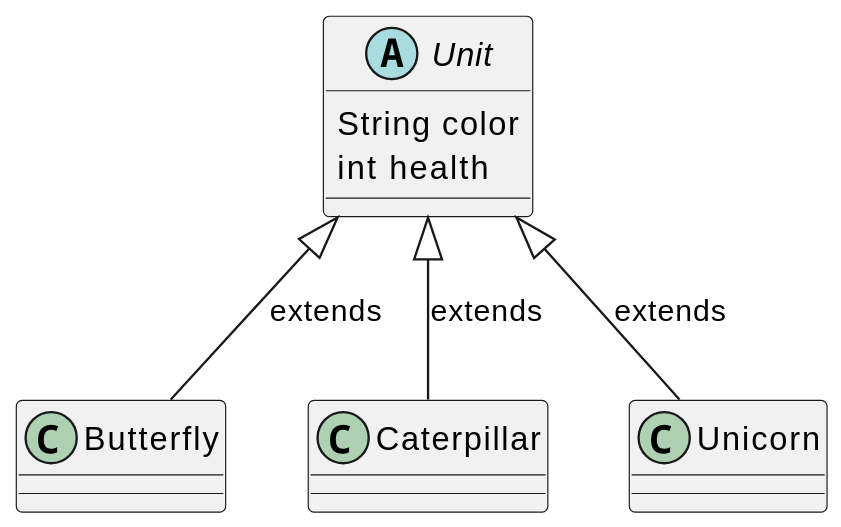
The PlantUML diagram img/diagrams/plantuml/interface_inherit_basic.svg in unibz-oofp-25-26/unibz-oofp-25-26.github.io, before a commit. The source it was exported from:
```plantuml
@startuml
scale 600 width

abstract class Unit {
 String color
 int health
}

class Butterfly {
}

class Caterpillar {
}

class Unicorn {
}

Unit <|-- Butterfly : extends
Unit <|-- Caterpillar : extends
Unit <|-- Unicorn : extends
@enduml
```
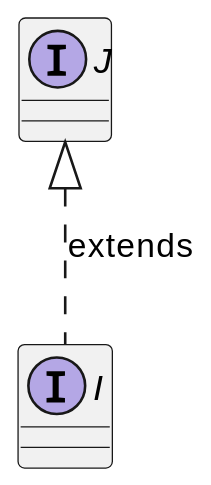
After the change.

Change to the diagram source:
```diff
@@ -1,21 +1,11 @@
 @startuml
-scale 600 width
+scale 150 width
 
-abstract class Unit {
- String color
- int health
+interface I {
 }
 
-class Butterfly {
+interface J {
 }
 
-class Caterpillar {
-}
-
-class Unicorn {
-}
-
-Unit <|-- Butterfly : extends
-Unit <|-- Caterpillar : extends
-Unit <|-- Unicorn : extends
+J <|.. I : extends
 @enduml
```
